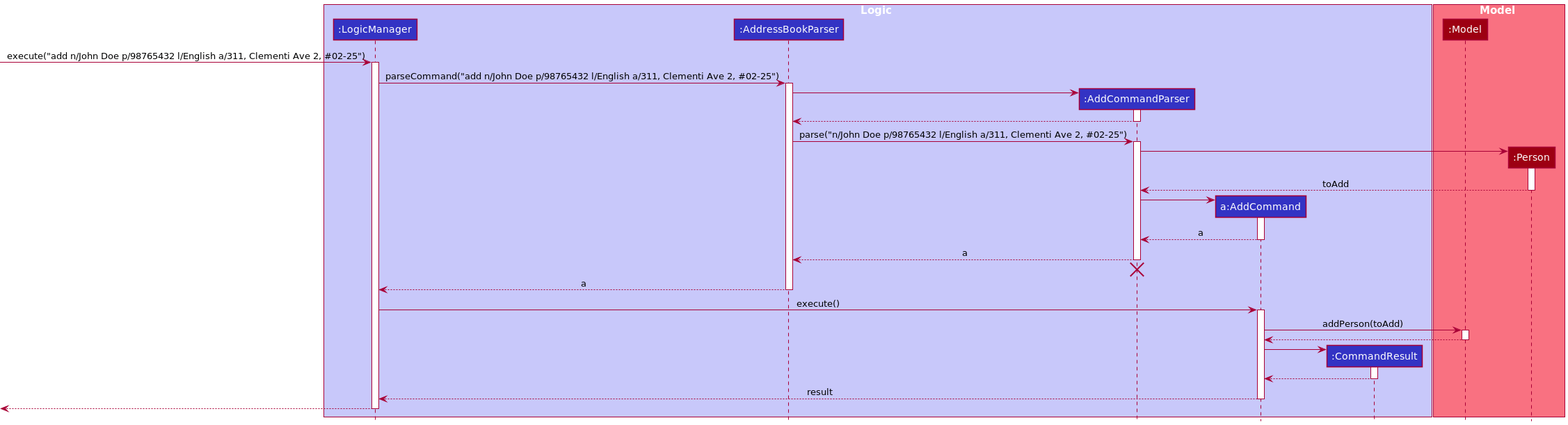
The PlantUML diagram docs/images/AddSequenceDiagram.png in nus-cs2103-AY2122S1/tp, before a commit. Source of this version:
```plantuml
@startuml
!include style.puml

box Logic LOGIC_COLOR_T1
participant ":LogicManager" as LogicManager LOGIC_COLOR
participant ":AddressBookParser" as AddressBookParser LOGIC_COLOR
participant ":AddCommandParser" as AddCommandParser LOGIC_COLOR
participant "a:AddCommand" as AddCommand LOGIC_COLOR
participant ":CommandResult" as CommandResult LOGIC_COLOR
end box

box Model MODEL_COLOR_T1
participant ":Model" as Model MODEL_COLOR
participant ":Person" as Person MODEL_COLOR
end box

[-> LogicManager : execute("add n/John Doe p/98765432 l/English a/311, Clementi Ave 2, #02-25")
activate LogicManager

LogicManager -> AddressBookParser : parseCommand("add n/John Doe p/98765432 l/English a/311, Clementi Ave 2, #02-25")
activate AddressBookParser

create AddCommandParser
AddressBookParser -> AddCommandParser
activate AddCommandParser

AddCommandParser --> AddressBookParser
deactivate AddCommandParser

AddressBookParser -> AddCommandParser : parse("n/John Doe p/98765432 l/English a/311, Clementi Ave 2, #02-25")
activate AddCommandParser

create Person
AddCommandParser -> Person
activate Person

Person --> AddCommandParser: toAdd
deactivate Person

create AddCommand
AddCommandParser -> AddCommand
activate AddCommand

AddCommand --> AddCommandParser : a
deactivate AddCommand

AddCommandParser --> AddressBookParser : a
deactivate AddCommandParser
AddCommandParser -[hidden]-> AddressBookParser
destroy AddCommandParser

AddressBookParser --> LogicManager : a
deactivate AddressBookParser

LogicManager -> AddCommand : execute()
activate AddCommand

AddCommand -> Model: addPerson(toAdd)
activate Model

Model --> AddCommand
deactivate Model

create CommandResult
AddCommand -> CommandResult
activate CommandResult

CommandResult --> AddCommand
deactivate CommandResult

AddCommand --> LogicManager : result
deactivate AddCommand


[<--LogicManager
deactivate LogicManager
@enduml
```
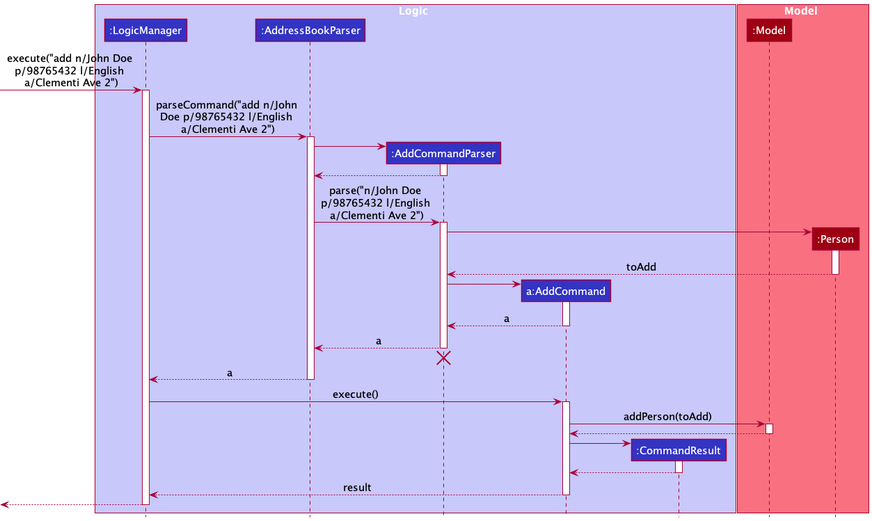
Later version of the same file.

What changed in the source:
```diff
@@ -1,5 +1,7 @@
 @startuml
 !include style.puml
+skinparam defaultFontSize 15
+skinparam maxMessageSize 210
 
 box Logic LOGIC_COLOR_T1
 participant ":LogicManager" as LogicManager LOGIC_COLOR
@@ -14,10 +16,10 @@
 participant ":Person" as Person MODEL_COLOR
 end box
 
-[-> LogicManager : execute("add n/John Doe p/98765432 l/English a/311, Clementi Ave 2, #02-25")
+[-> LogicManager : execute("add n/John Doe p/98765432 l/English a/Clementi Ave 2")
 activate LogicManager
 
-LogicManager -> AddressBookParser : parseCommand("add n/John Doe p/98765432 l/English a/311, Clementi Ave 2, #02-25")
+LogicManager -> AddressBookParser : parseCommand("add n/John Doe p/98765432 l/English a/Clementi Ave 2")
 activate AddressBookParser
 
 create AddCommandParser
@@ -27,7 +29,7 @@
 AddCommandParser --> AddressBookParser
 deactivate AddCommandParser
 
-AddressBookParser -> AddCommandParser : parse("n/John Doe p/98765432 l/English a/311, Clementi Ave 2, #02-25")
+AddressBookParser -> AddCommandParser : parse("n/John Doe p/98765432 l/English a/Clementi Ave 2")
 activate AddCommandParser
 
 create Person
@@ -71,7 +73,6 @@
 AddCommand --> LogicManager : result
 deactivate AddCommand
 
-
 [<--LogicManager
 deactivate LogicManager
 @enduml
```
